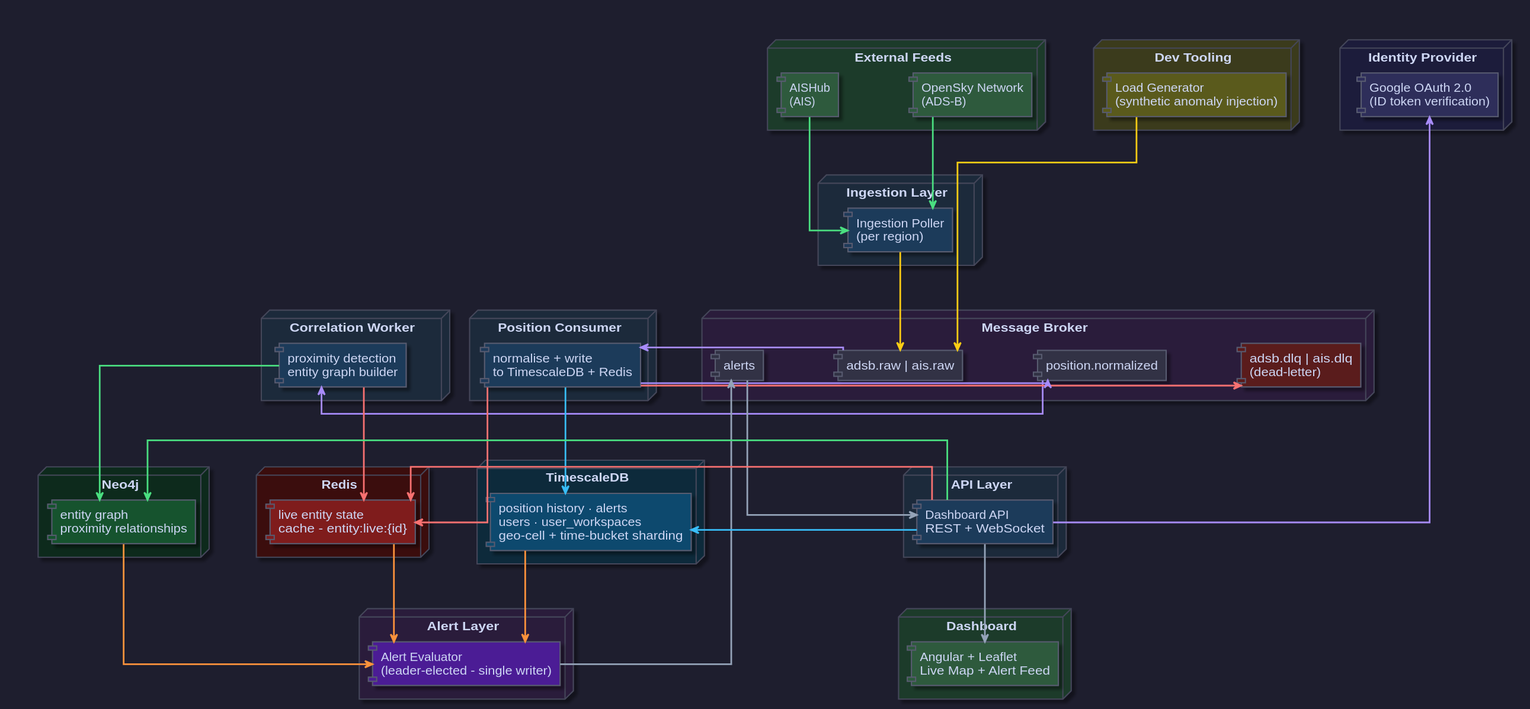
This is diagrams/docs/Sentinel Architecture.svg from Buffden/sentinel, a PlantUML export, as it was before one commit.
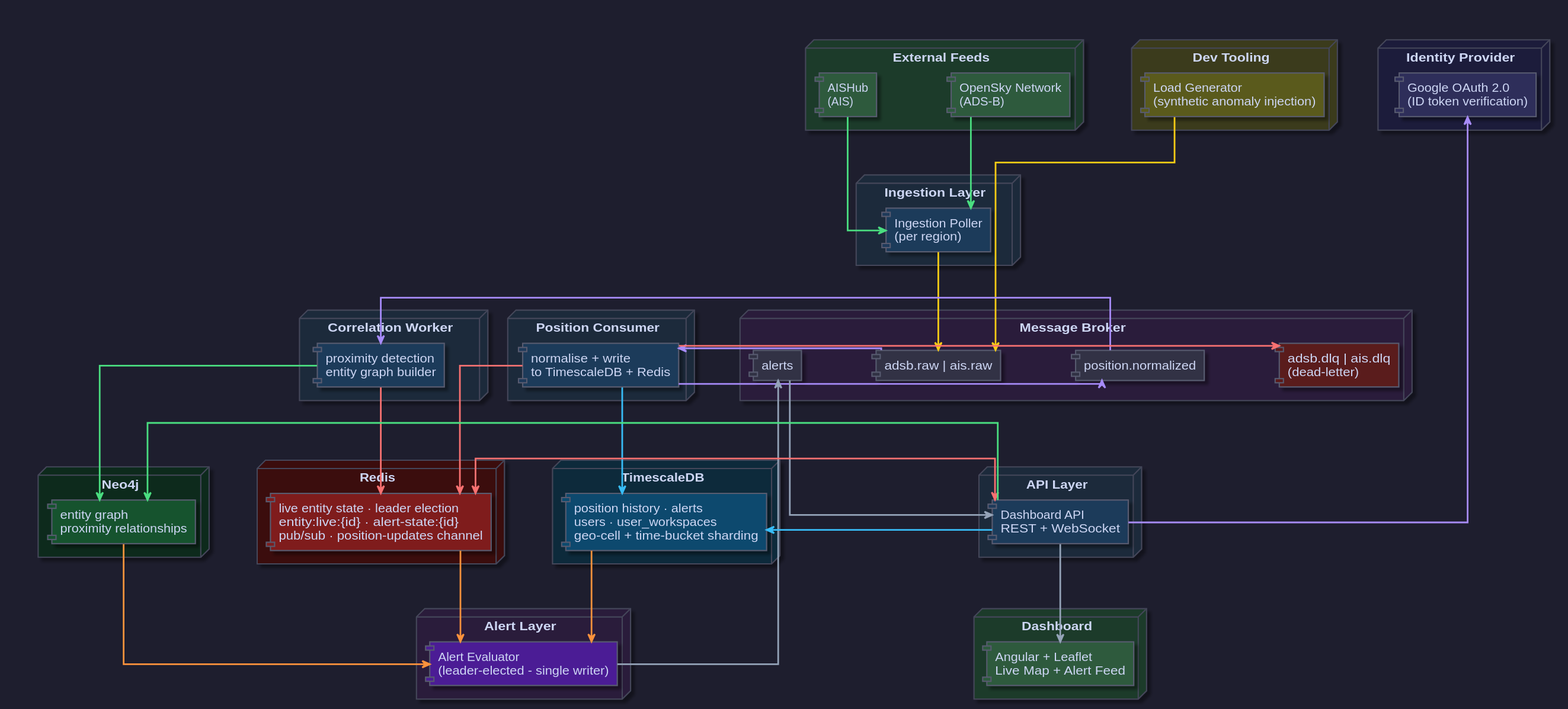
The same diagram one commit later.

Commit message:
chore: auto-export diagrams [skip ci]

The edit, as a diff of the source:
```diff
@@ -80,7 +80,7 @@
     }
 
     node "Redis" #3a0a0a {
-        database [live entity state\ncache - entity:live:{id}] as REDIS #7f1d1d
+        database [live entity state · leader election\nentity:live:{id} · alert-state:{id}\npub/sub · position-updates channel] as REDIS #7f1d1d
     }
 }
 
@@ -127,7 +127,7 @@
 KAFKA_ALERTS -[#94a3b8]down-> API
 
 API         -[#38bdf8]left->  TSDB
-API         -[#f87171]left->  REDIS
+API         <-[#f87171]->     REDIS
 API         -[#4ade80]left->  NEO4J
 API         -[#a78bfa]up->    GOOGLE
 
```
